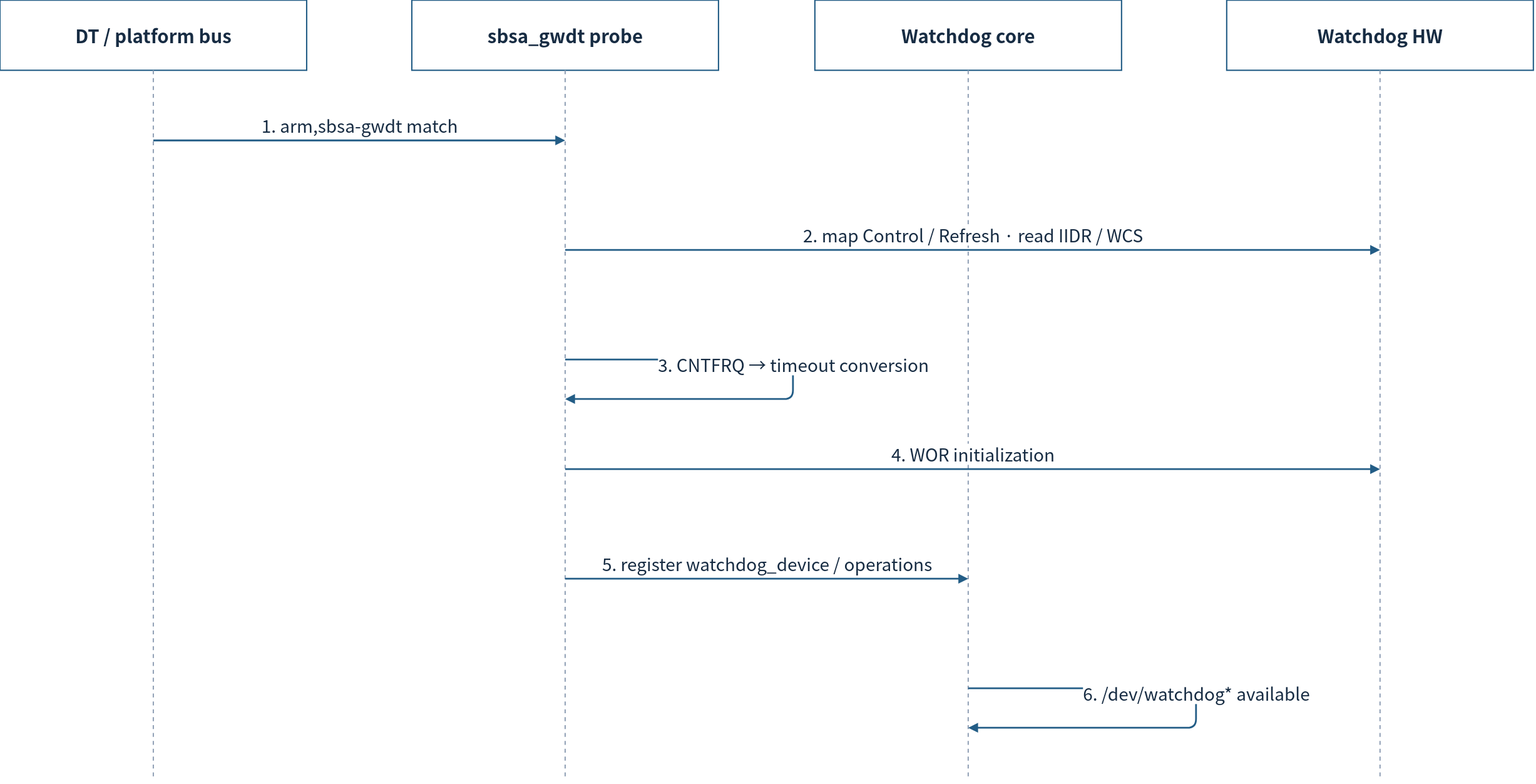
Before: doc/phase1/watchdog/diagrams/10a-linux-init.drawio.svg, a diagram exported from draw.io (cometzero/project-apollo). Source tidied: cells renumbered, new cells last; positions are measured from the earlier drawing's top-left corner, leaving out a move shared by most shapes.
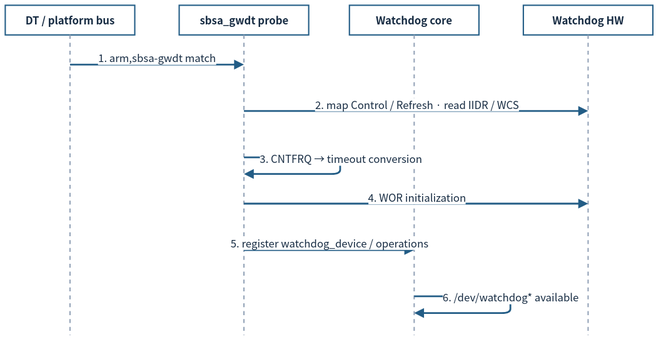
After the commit.

The edit, as a diff of the source:
```diff
@@ -2,90 +2,90 @@
   <root>
     <mxCell id="0" />
     <mxCell id="1" parent="0" />
-    <mxCell id="2" value="DT / platform bus" style="rounded=0;whiteSpace=wrap;html=1;fillColor=#FFFFFF;strokeColor=#235D86;strokeWidth=1.5;fontColor=#172C43;fontFamily=Noto Sans CJK KR;fontSize=22;spacing=10;fontStyle=1;fontSize=21;" parent="1" vertex="1">
-      <mxGeometry width="350" height="80" as="geometry" />
+    <mxCell id="2" value="DT / platform bus" style="rounded=0;whiteSpace=wrap;html=1;fillColor=#FFFFFF;strokeColor=#235D86;strokeWidth=1.5;fontColor=#172C43;fontFamily=Noto Sans CJK KR;fontStyle=1;fontSize=12;spacing=3;whiteSpace=wrap;" parent="1" vertex="1">
+      <mxGeometry x="-13" y="-128" width="148" height="33.8" as="geometry" />
     </mxCell>
-    <mxCell id="3" style="endArrow=none;dashed=1;strokeColor=#94A3B8;strokeWidth=1.5;" parent="1" edge="1">
+    <mxCell id="3" style="endArrow=none;dashed=1;strokeColor=#94A3B8;strokeWidth=1.5;fontSize=12;spacing=3;whiteSpace=nowrap;" parent="1" edge="1">
       <mxGeometry relative="1" as="geometry">
-        <mxPoint x="175" y="80" as="sourcePoint" />
-        <mxPoint x="175" y="890" as="targetPoint" />
+        <mxPoint x="61" y="-94.2" as="sourcePoint" />
+        <mxPoint x="61" y="248.3" as="targetPoint" />
       </mxGeometry>
     </mxCell>
-    <mxCell id="4" value="sbsa_gwdt probe" style="rounded=0;whiteSpace=wrap;html=1;fillColor=#FFFFFF;strokeColor=#235D86;strokeWidth=1.5;fontColor=#172C43;fontFamily=Noto Sans CJK KR;fontSize=22;spacing=10;fontStyle=1;fontSize=21;" parent="1" vertex="1">
-      <mxGeometry x="470" width="350" height="80" as="geometry" />
+    <mxCell id="4" value="sbsa_gwdt probe" style="rounded=0;whiteSpace=wrap;html=1;fillColor=#FFFFFF;strokeColor=#235D86;strokeWidth=1.5;fontColor=#172C43;fontFamily=Noto Sans CJK KR;fontStyle=1;fontSize=12;spacing=3;whiteSpace=wrap;" parent="1" vertex="1">
+      <mxGeometry x="185.7" y="-128" width="148" height="33.8" as="geometry" />
     </mxCell>
-    <mxCell id="5" style="endArrow=none;dashed=1;strokeColor=#94A3B8;strokeWidth=1.5;" parent="1" edge="1">
+    <mxCell id="5" style="endArrow=none;dashed=1;strokeColor=#94A3B8;strokeWidth=1.5;fontSize=12;spacing=3;whiteSpace=nowrap;" parent="1" edge="1">
       <mxGeometry relative="1" as="geometry">
-        <mxPoint x="645" y="80" as="sourcePoint" />
-        <mxPoint x="645" y="890" as="targetPoint" />
+        <mxPoint x="259.7" y="-94.2" as="sourcePoint" />
+        <mxPoint x="259.7" y="248.3" as="targetPoint" />
       </mxGeometry>
     </mxCell>
-    <mxCell id="6" value="Watchdog core" style="rounded=0;whiteSpace=wrap;html=1;fillColor=#FFFFFF;strokeColor=#235D86;strokeWidth=1.5;fontColor=#172C43;fontFamily=Noto Sans CJK KR;fontSize=22;spacing=10;fontStyle=1;fontSize=21;" parent="1" vertex="1">
-      <mxGeometry x="930" width="350" height="80" as="geometry" />
+    <mxCell id="6" value="Watchdog core" style="rounded=0;whiteSpace=wrap;html=1;fillColor=#FFFFFF;strokeColor=#235D86;strokeWidth=1.5;fontColor=#172C43;fontFamily=Noto Sans CJK KR;fontStyle=1;fontSize=12;spacing=3;whiteSpace=wrap;" parent="1" vertex="1">
+      <mxGeometry x="380.3" y="-128" width="148" height="33.8" as="geometry" />
     </mxCell>
-    <mxCell id="7" style="endArrow=none;dashed=1;strokeColor=#94A3B8;strokeWidth=1.5;" parent="1" edge="1">
+    <mxCell id="7" style="endArrow=none;dashed=1;strokeColor=#94A3B8;strokeWidth=1.5;fontSize=12;spacing=3;whiteSpace=nowrap;" parent="1" edge="1">
       <mxGeometry relative="1" as="geometry">
-        <mxPoint x="1105" y="80" as="sourcePoint" />
-        <mxPoint x="1105" y="890" as="targetPoint" />
+        <mxPoint x="454.3" y="-94.2" as="sourcePoint" />
+        <mxPoint x="454.3" y="248.3" as="targetPoint" />
       </mxGeometry>
     </mxCell>
-    <mxCell id="8" value="Watchdog HW" style="rounded=0;whiteSpace=wrap;html=1;fillColor=#FFFFFF;strokeColor=#235D86;strokeWidth=1.5;fontColor=#172C43;fontFamily=Noto Sans CJK KR;fontSize=22;spacing=10;fontStyle=1;fontSize=21;" parent="1" vertex="1">
-      <mxGeometry x="1400" width="350" height="80" as="geometry" />
+    <mxCell id="8" value="Watchdog HW" style="rounded=0;whiteSpace=wrap;html=1;fillColor=#FFFFFF;strokeColor=#235D86;strokeWidth=1.5;fontColor=#172C43;fontFamily=Noto Sans CJK KR;fontStyle=1;fontSize=12;spacing=3;whiteSpace=wrap;" parent="1" vertex="1">
+      <mxGeometry x="579" y="-128" width="148" height="33.8" as="geometry" />
     </mxCell>
-    <mxCell id="9" style="endArrow=none;dashed=1;strokeColor=#94A3B8;strokeWidth=1.5;" parent="1" edge="1">
+    <mxCell id="9" style="endArrow=none;dashed=1;strokeColor=#94A3B8;strokeWidth=1.5;fontSize=12;spacing=3;whiteSpace=nowrap;" parent="1" edge="1">
       <mxGeometry relative="1" as="geometry">
-        <mxPoint x="1575" y="80" as="sourcePoint" />
-        <mxPoint x="1575" y="890" as="targetPoint" />
+        <mxPoint x="653" y="-94.2" as="sourcePoint" />
+        <mxPoint x="653" y="248.3" as="targetPoint" />
       </mxGeometry>
     </mxCell>
-    <mxCell id="10" value="1. arm,sbsa-gwdt match" style="edgeStyle=none;html=1;endArrow=block;endFill=1;strokeColor=#235D86;strokeWidth=2;fontColor=#172C43;fontFamily=Noto Sans CJK KR;fontSize=20;labelBackgroundColor=#FFFFFF;" parent="1" edge="1">
+    <mxCell id="10" value="1. arm,sbsa-gwdt match" style="edgeStyle=none;html=1;endArrow=block;endFill=1;strokeColor=#235D86;strokeWidth=2;fontColor=#172C43;fontFamily=Noto Sans CJK KR;labelBackgroundColor=#FFFFFF;fontSize=12;spacing=3;whiteSpace=nowrap;" parent="1" edge="1">
       <mxGeometry relative="1" as="geometry">
-        <mxPoint x="175" y="160" as="sourcePoint" />
-        <mxPoint x="645" y="160" as="targetPoint" />
-        <mxPoint y="-18" as="offset" />
+        <mxPoint x="61" y="-60.3" as="sourcePoint" />
+        <mxPoint x="259.7" y="-60.3" as="targetPoint" />
+        <mxPoint y="-7.6" as="offset" />
       </mxGeometry>
     </mxCell>
-    <mxCell id="11" value="2. map Control / Refresh · read IIDR / WCS" style="edgeStyle=none;html=1;endArrow=block;endFill=1;strokeColor=#235D86;strokeWidth=2;fontColor=#172C43;fontFamily=Noto Sans CJK KR;fontSize=20;labelBackgroundColor=#FFFFFF;" parent="1" edge="1">
+    <mxCell id="11" value="2. map Control / Refresh · read IIDR / WCS" style="edgeStyle=none;html=1;endArrow=block;endFill=1;strokeColor=#235D86;strokeWidth=2;fontColor=#172C43;fontFamily=Noto Sans CJK KR;labelBackgroundColor=#FFFFFF;fontSize=12;spacing=3;whiteSpace=nowrap;" parent="1" edge="1">
       <mxGeometry relative="1" as="geometry">
-        <mxPoint x="645" y="285" as="sourcePoint" />
-        <mxPoint x="1575" y="285" as="targetPoint" />
-        <mxPoint y="-18" as="offset" />
+        <mxPoint x="259.7" y="-7.5" as="sourcePoint" />
+        <mxPoint x="653" y="-7.5" as="targetPoint" />
+        <mxPoint y="-7.6" as="offset" />
       </mxGeometry>
     </mxCell>
-    <mxCell id="12" value="3. CNTFRQ → timeout conversion" style="edgeStyle=none;html=1;endArrow=block;endFill=1;strokeColor=#235D86;strokeWidth=2;fontColor=#172C43;fontFamily=Noto Sans CJK KR;fontSize=20;labelBackgroundColor=#FFFFFF;" parent="1" edge="1">
+    <mxCell id="12" value="3. CNTFRQ → timeout conversion" style="edgeStyle=none;html=1;endArrow=block;endFill=1;strokeColor=#235D86;strokeWidth=2;fontColor=#172C43;fontFamily=Noto Sans CJK KR;labelBackgroundColor=#FFFFFF;fontSize=12;spacing=3;whiteSpace=nowrap;" parent="1" edge="1">
       <mxGeometry relative="1" as="geometry">
-        <mxPoint x="645" y="410" as="sourcePoint" />
-        <mxPoint x="645" y="455" as="targetPoint" />
+        <mxPoint x="259.7" y="45.4" as="sourcePoint" />
+        <mxPoint x="259.7" y="64.4" as="targetPoint" />
         <Array as="points">
-          <mxPoint x="905" y="410" />
-          <mxPoint x="905" y="455" />
+          <mxPoint x="369.7" y="45.4" />
+          <mxPoint x="369.7" y="64.4" />
         </Array>
-        <mxPoint y="-18" as="offset" />
+        <mxPoint y="-7.6" as="offset" />
       </mxGeometry>
     </mxCell>
-    <mxCell id="13" value="4. WOR initialization" style="edgeStyle=none;html=1;endArrow=block;endFill=1;strokeColor=#235D86;strokeWidth=2;fontColor=#172C43;fontFamily=Noto Sans CJK KR;fontSize=20;labelBackgroundColor=#FFFFFF;" parent="1" edge="1">
+    <mxCell id="13" value="4. WOR initialization" style="edgeStyle=none;html=1;endArrow=block;endFill=1;strokeColor=#235D86;strokeWidth=2;fontColor=#172C43;fontFamily=Noto Sans CJK KR;labelBackgroundColor=#FFFFFF;fontSize=12;spacing=3;whiteSpace=nowrap;" parent="1" edge="1">
       <mxGeometry relative="1" as="geometry">
-        <mxPoint x="645" y="535" as="sourcePoint" />
-        <mxPoint x="1575" y="535" as="targetPoint" />
-        <mxPoint y="-18" as="offset" />
+        <mxPoint x="259.7" y="98.2" as="sourcePoint" />
+        <mxPoint x="653" y="98.2" as="targetPoint" />
+        <mxPoint y="-7.6" as="offset" />
       </mxGeometry>
     </mxCell>
-    <mxCell id="14" value="5. register watchdog_device / operations" style="edgeStyle=none;html=1;endArrow=block;endFill=1;strokeColor=#235D86;strokeWidth=2;fontColor=#172C43;fontFamily=Noto Sans CJK KR;fontSize=20;labelBackgroundColor=#FFFFFF;" parent="1" edge="1">
+    <mxCell id="14" value="5. register watchdog_device / operations" style="edgeStyle=none;html=1;endArrow=block;endFill=1;strokeColor=#235D86;strokeWidth=2;fontColor=#172C43;fontFamily=Noto Sans CJK KR;labelBackgroundColor=#FFFFFF;fontSize=12;spacing=3;whiteSpace=nowrap;" parent="1" edge="1">
       <mxGeometry relative="1" as="geometry">
-        <mxPoint x="645" y="660" as="sourcePoint" />
-        <mxPoint x="1105" y="660" as="targetPoint" />
-        <mxPoint y="-18" as="offset" />
+        <mxPoint x="259.7" y="151.1" as="sourcePoint" />
+        <mxPoint x="454.3" y="151.1" as="targetPoint" />
+        <mxPoint y="-7.6" as="offset" />
       </mxGeometry>
     </mxCell>
-    <mxCell id="15" value="6. /dev/watchdog* available" style="edgeStyle=none;html=1;endArrow=block;endFill=1;strokeColor=#235D86;strokeWidth=2;fontColor=#172C43;fontFamily=Noto Sans CJK KR;fontSize=20;labelBackgroundColor=#FFFFFF;" parent="1" edge="1">
+    <mxCell id="15" value="6. /dev/watchdog* available" style="edgeStyle=none;html=1;endArrow=block;endFill=1;strokeColor=#235D86;strokeWidth=2;fontColor=#172C43;fontFamily=Noto Sans CJK KR;labelBackgroundColor=#FFFFFF;fontSize=12;spacing=3;whiteSpace=nowrap;" parent="1" edge="1">
       <mxGeometry relative="1" as="geometry">
-        <mxPoint x="1105" y="785" as="sourcePoint" />
-        <mxPoint x="1105" y="830" as="targetPoint" />
+        <mxPoint x="454.3" y="203.9" as="sourcePoint" />
+        <mxPoint x="454.3" y="223" as="targetPoint" />
         <Array as="points">
-          <mxPoint x="1365" y="785" />
-          <mxPoint x="1365" y="830" />
+          <mxPoint x="564.2" y="203.9" />
+          <mxPoint x="564.2" y="223" />
         </Array>
-        <mxPoint y="-18" as="offset" />
+        <mxPoint y="-7.6" as="offset" />
       </mxGeometry>
     </mxCell>
   </root>
```
